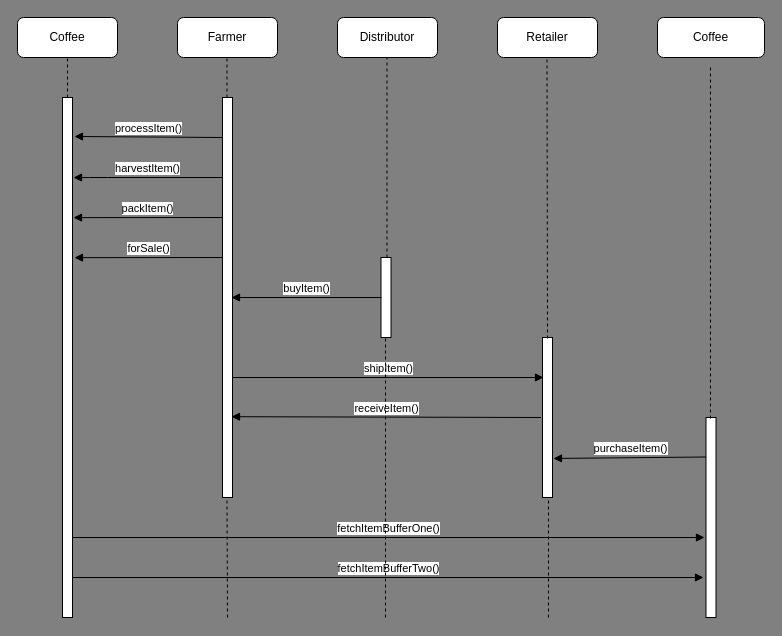
Above: UML/sequence.drawio in udacity/nd1309-Project-6b-Example-Template (draw.io), before the change. Source tidied: cells renumbered, new cells numbered last; positions are measured from the earlier drawing's top-left corner, leaving out a move shared by most shapes. Both pictures are drawn from the tidied source at 100%, with x=0, y=0 at pixel (17, 17).
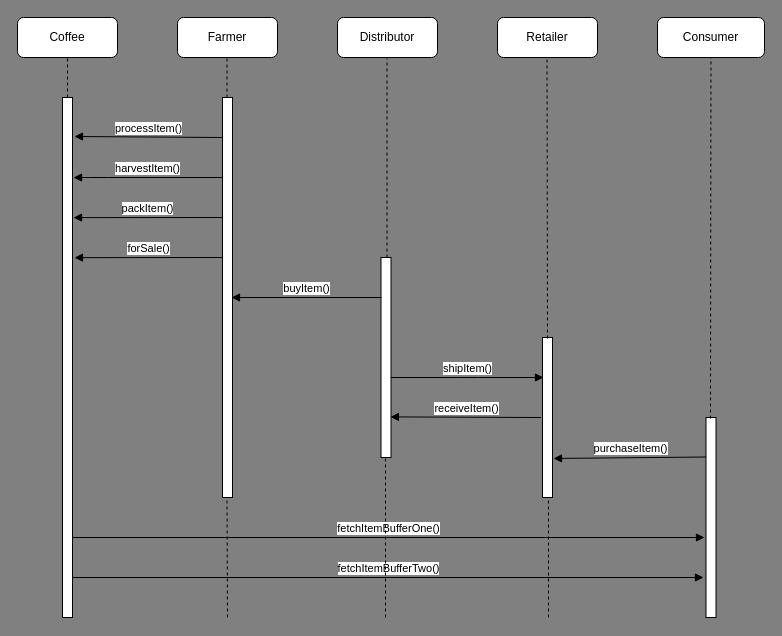
The same page after the edit.

The change refers to these unchanged cells:
```xml
<mxCell id="8" style="html=1;points=[];perimeter=orthogonalPerimeter;" parent="1" vertex="1">
  <mxGeometry x="205" y="80" width="10" height="400" as="geometry" />
</mxCell>
<mxCell id="10" style="html=1;points=[];perimeter=orthogonalPerimeter;" parent="1" vertex="1">
  <mxGeometry x="525" y="320" width="10" height="160" as="geometry" />
</mxCell>
<mxCell id="11" style="html=1;points=[];perimeter=orthogonalPerimeter;" parent="1" vertex="1">
  <mxGeometry x="688.5" y="400" width="10" height="200" as="geometry" />
</mxCell>
```

The edit, as a diff of the source:
```diff
@@
-    <mxCell id="6" value="Coffee" style="rounded=1;whiteSpace=wrap;html=1;" parent="1" vertex="1">
+    <mxCell id="6" value="Consumer" style="rounded=1;whiteSpace=wrap;html=1;" parent="1" vertex="1">
       <mxGeometry x="640" width="107" height="40" as="geometry" />
     </mxCell>
@@
     <mxCell id="9" style="html=1;points=[];perimeter=orthogonalPerimeter;" parent="1" vertex="1">
-      <mxGeometry x="363.5" y="240" width="10" height="80" as="geometry" />
+      <mxGeometry x="363.5" y="240" width="10" height="200" as="geometry" />
     </mxCell>
@@
-    <mxCell id="17" value="shipItem()" style="html=1;verticalAlign=bottom;endArrow=block;entryX=0.1;entryY=0.25;entryDx=0;entryDy=0;entryPerimeter=0;" parent="1" edge="1" target="10">
+    <mxCell id="17" value="shipItem()" style="html=1;verticalAlign=bottom;endArrow=block;" parent="1" edge="1" source="9">
       <mxGeometry relative="1" as="geometry">
-        <mxPoint x="215" y="360" as="sourcePoint" />
+        <mxPoint x="526" y="360" as="targetPoint" />
+        <Array as="points">
+          <mxPoint x="450" y="360" />
+        </Array>
       </mxGeometry>
     </mxCell>
-    <mxCell id="18" value="receiveItem()" style="html=1;verticalAlign=bottom;endArrow=block;entryX=0.9;entryY=0.798;entryDx=0;entryDy=0;entryPerimeter=0;" parent="1" edge="1" target="8">
+    <mxCell id="18" value="receiveItem()" style="html=1;verticalAlign=bottom;endArrow=block;entryX=0.944;entryY=0.797;entryDx=0;entryDy=0;entryPerimeter=0;" parent="1" edge="1" target="9">
       <mxGeometry relative="1" as="geometry">
         <mxPoint x="523.5" y="400" as="sourcePoint" />
       </mxGeometry>
     </mxCell>
@@
-    <mxCell id="26" style="endArrow=none;dashed=1;html=1;entryX=0.5;entryY=1;entryDx=0;entryDy=0;exitX=0.45;exitY=0.005;exitDx=0;exitDy=0;exitPerimeter=0;" parent="1" edge="1" source="11">
-      <mxGeometry relative="1" as="geometry">
-        <mxPoint x="693" y="50" as="targetPoint" />
-      </mxGeometry>
+    <mxCell id="26" style="endArrow=none;dashed=1;html=1;entryX=0.5;entryY=1;entryDx=0;entryDy=0;exitX=0.45;exitY=0.005;exitDx=0;exitDy=0;exitPerimeter=0;" parent="1" edge="1" source="11" target="6">
+      <mxGeometry relative="1" as="geometry" />
     </mxCell>
@@
-    <mxCell id="29" style="endArrow=none;dashed=1;html=1;entryX=0.6;entryY=1;entryDx=0;entryDy=0;entryPerimeter=0;" parent="1" edge="1">
+    <mxCell id="29" style="endArrow=none;dashed=1;html=1;" parent="1" edge="1">
       <mxGeometry relative="1" as="geometry">
         <mxPoint x="368" y="600" as="sourcePoint" />
-        <mxPoint x="368" y="320" as="targetPoint" />
+        <mxPoint x="368" y="440" as="targetPoint" />
       </mxGeometry>
     </mxCell>
```
